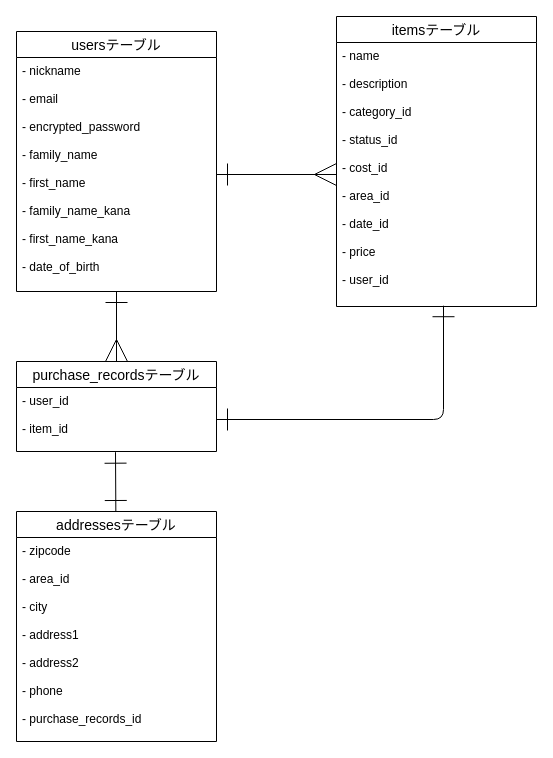
Above: furima.dio in nekoyarow/furima-38317 (draw.io), before the change. Source tidied: cells renumbered, new cells numbered last; positions are measured from the earlier drawing's top-left corner, leaving out a move shared by most shapes. Both pictures are drawn from the tidied source at 100%, with x=0, y=0 at pixel (16, 16).
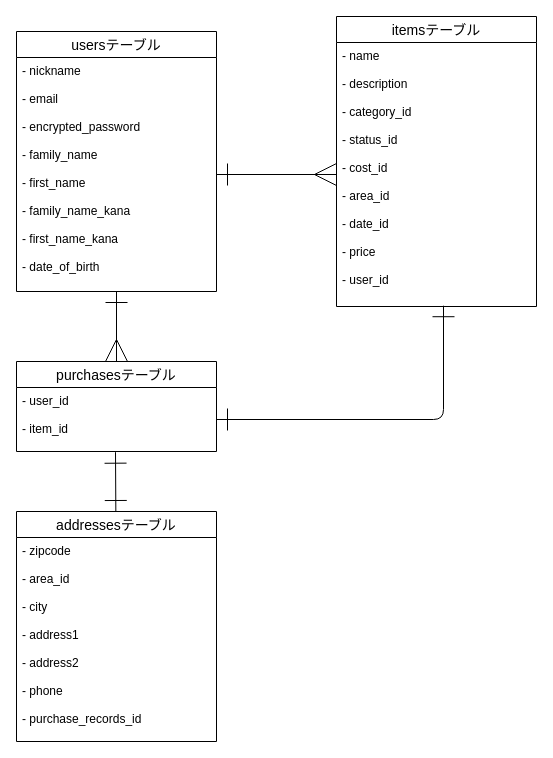
Above is the later version.

Commit message (it also covers changes not shown here):
テーブル名の変更

Diff of the diagram source:
```diff
@@
 <mxGraphModel>
   <root>
     <mxCell id="0" />
     <mxCell id="1" parent="0" />
     <mxCell id="2" value="usersテーブル" style="swimlane;fontStyle=0;horizontal=1;startSize=26;align=center;fontSize=14;" parent="1" vertex="1">
       <mxGeometry y="15" width="200" height="260" as="geometry" />
     </mxCell>
     <mxCell id="3" value="- nickname&#10;&#10;- email&#10;&#10;- encrypted_password&#10;&#10;- family_name&#10;&#10;- first_name&#10;&#10;- family_name_kana&#10;&#10;- first_name_kana&#10;&#10;- date_of_birth" style="text;strokeColor=none;fillColor=none;spacingLeft=4;spacingRight=4;overflow=hidden;points=[[0,0.5],[1,0.5]];portConstraint=eastwest;fontSize=12;" parent="2" vertex="1">
       <mxGeometry y="26" width="200" height="234" as="geometry" />
     </mxCell>
     <mxCell id="4" value="itemsテーブル" style="swimlane;fontStyle=0;horizontal=1;startSize=26;align=center;fontSize=14;" parent="1" vertex="1">
       <mxGeometry x="320" width="200" height="290" as="geometry" />
     </mxCell>
     <mxCell id="5" value="- name&#10;&#10;- description&#10;&#10;- category_id&#10;&#10;- status_id&#10;&#10;- cost_id&#10;&#10;- area_id&#10;&#10;- date_id&#10;&#10;- price&#10;&#10;- user_id" style="text;strokeColor=none;fillColor=none;spacingLeft=4;spacingRight=4;overflow=hidden;points=[[0,0.5],[1,0.5]];portConstraint=eastwest;fontSize=12;" parent="4" vertex="1">
       <mxGeometry y="26" width="200" height="264" as="geometry" />
     </mxCell>
     <mxCell id="6" style="html=1;startArrow=ERone;startFill=0;endArrow=ERone;endFill=0;startSize=20;endSize=20;strokeWidth=1;entryX=0.495;entryY=1.011;entryDx=0;entryDy=0;entryPerimeter=0;" parent="1" edge="1" source="7" target="10">
       <mxGeometry relative="1" as="geometry" />
     </mxCell>
     <mxCell id="7" value="addressesテーブル" style="swimlane;fontStyle=0;horizontal=1;startSize=26;align=center;fontSize=14;" parent="1" vertex="1">
       <mxGeometry y="495" width="200" height="230" as="geometry" />
     </mxCell>
     <mxCell id="8" value="- zipcode&#10;&#10;- area_id&#10;&#10;- city&#10;&#10;- address1&#10;&#10;- address2&#10;&#10;- phone&#10;&#10;- purchase_records_id&#10;&#10;" style="text;strokeColor=none;fillColor=none;spacingLeft=4;spacingRight=4;overflow=hidden;fontSize=12;" parent="7" vertex="1">
       <mxGeometry y="26" width="200" height="204" as="geometry" />
     </mxCell>
-    <mxCell id="9" value="purchase_recordsテーブル" style="swimlane;fontStyle=0;horizontal=1;startSize=26;align=center;fontSize=14;" parent="1" vertex="1">
+    <mxCell id="9" value="purchasesテーブル" style="swimlane;fontStyle=0;horizontal=1;startSize=26;align=center;fontSize=14;" parent="1" vertex="1">
       <mxGeometry y="345" width="200" height="90" as="geometry" />
     </mxCell>
     <mxCell id="10" value="- user_id&#10;&#10;- item_id&#10;&#10;" style="text;strokeColor=none;fillColor=none;spacingLeft=4;spacingRight=4;overflow=hidden;points=[[0,0.5],[1,0.5]];portConstraint=eastwest;fontSize=12;" parent="9" vertex="1">
       <mxGeometry y="26" width="200" height="64" as="geometry" />
     </mxCell>
     <mxCell id="11" style="edgeStyle=none;html=1;startArrow=ERone;startFill=0;endArrow=ERmany;endFill=0;startSize=20;endSize=20;strokeWidth=1;" parent="1" edge="1" source="3" target="5">
       <mxGeometry relative="1" as="geometry" />
     </mxCell>
     <mxCell id="12" style="html=1;startArrow=ERone;startFill=0;endArrow=ERmany;endFill=0;startSize=20;endSize=20;strokeWidth=1;entryX=0.5;entryY=0;entryDx=0;entryDy=0;" parent="1" edge="1" source="3" target="9">
       <mxGeometry relative="1" as="geometry" />
     </mxCell>
     <mxCell id="13" style="edgeStyle=orthogonalEdgeStyle;html=1;entryX=0.535;entryY=0.997;entryDx=0;entryDy=0;entryPerimeter=0;startArrow=ERone;startFill=0;endArrow=ERone;endFill=0;startSize=20;endSize=20;strokeWidth=1;" parent="1" edge="1" source="10" target="5">
       <mxGeometry relative="1" as="geometry" />
     </mxCell>
   </root>
 </mxGraphModel>
```
